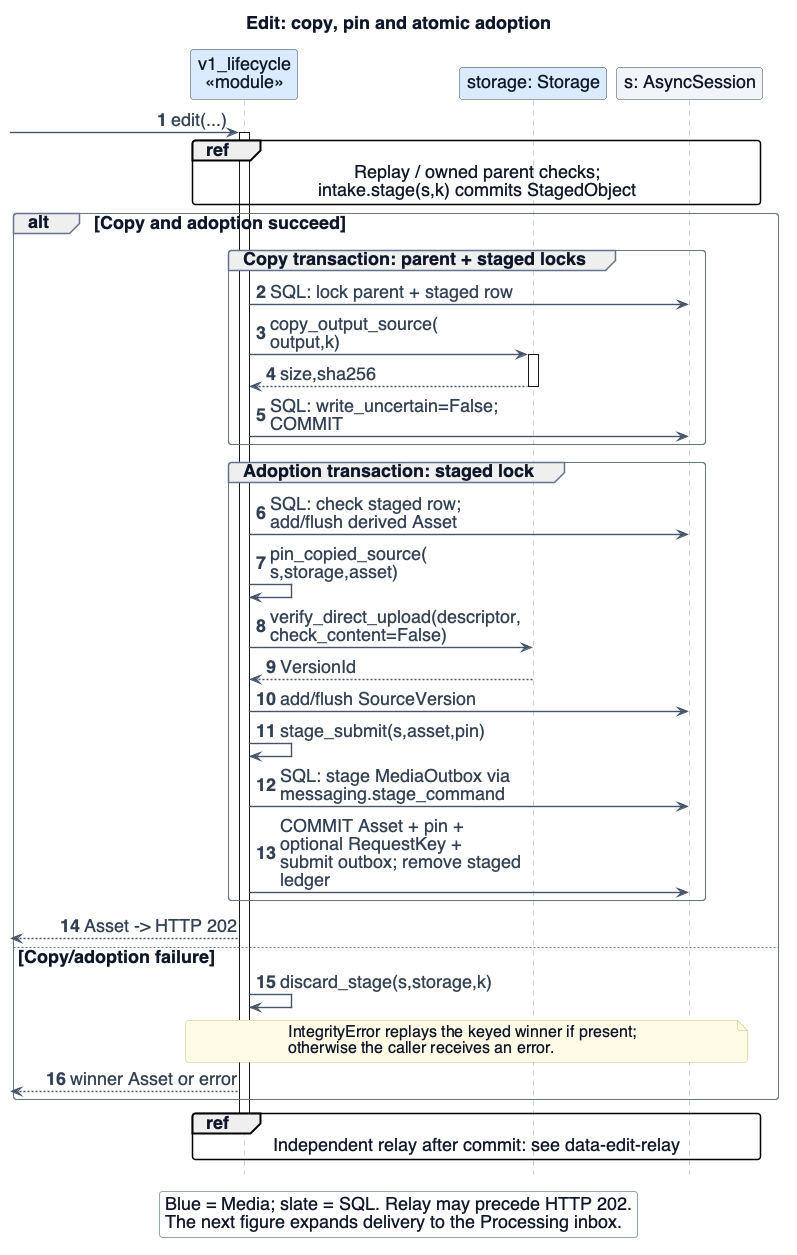
Earlier version of the PlantUML export project-documentation/final-report/figures/data-edit-sequence.png (Collaboration95/dc2). Source of this version:
```plantuml
@startuml
skinparam BackgroundColor white
!include _style.iuml
skinparam dpi 96
skinparam defaultFontSize 16
skinparam ArrowFontSize 15
skinparam ClassAttributeFontSize 15
skinparam NoteFontSize 15
skinparam LegendFontSize 14
skinparam BackgroundColor white
hide footbox
autonumber
skinparam sequenceMessageAlign left
skinparam maxMessageSize 400
skinparam sequenceMessageSpan true
skinparam sequence {
  MessageSpacing 2
  GroupBorderThickness 1
}
title Edit: copy, pin and atomic adoption
skinparam ArrowFontSize 18
skinparam LegendFontSize 18
skinparam NoteFontSize 18
skinparam defaultFontSize 18
skinparam NoteFontSize 16
skinparam LegendFontSize 18
skinparam maxMessageSize 245

participant "v1_lifecycle\n«module»" as E $MEDIA
participant "storage: Storage" as S $MEDIA
participant "s: AsyncSession" as DB $INFRA
[-> E : edit(...)
activate E
ref over E,DB : Replay / owned parent checks;\nintake.stage(s,k) commits StagedObject
alt Copy and adoption succeed
 group Copy transaction: parent + staged locks
 E -> DB : SQL: lock parent + staged row
 E -> S : copy_output_source(\noutput,k)
 activate S
 S --> E : size,sha256
 deactivate S
 E -> DB : SQL: write_uncertain=False; COMMIT
end
group Adoption transaction: staged lock
 E -> DB : SQL: check staged row; add/flush derived Asset
 E -> E : pin_copied_source(\ns,storage,asset)
 E -> S : verify_direct_upload(descriptor,\ncheck_content=False)
 S --> E : VersionId
 E -> DB : add/flush SourceVersion
 E -> E : stage_submit(s,asset,pin)
 E -> DB : SQL: stage MediaOutbox via messaging.stage_command
 E -> DB : COMMIT Asset + pin + optional RequestKey +\nsubmit outbox; remove staged ledger
end
[<-- E : Asset -> HTTP 202
else Copy/adoption failure
 E -> E : discard_stage(s,storage,k)
 note over E,DB : IntegrityError replays the keyed winner if present;\notherwise the caller receives an error.
 [<-- E : winner Asset or error
end
 deactivate E
ref over E,DB : Independent relay after commit: see data-edit-relay
legend bottom
Blue = Media; slate = SQL. Relay may precede HTTP 202.
The next figure expands delivery to the Processing inbox.
endlegend

skinparam BackgroundColor white
@enduml
```
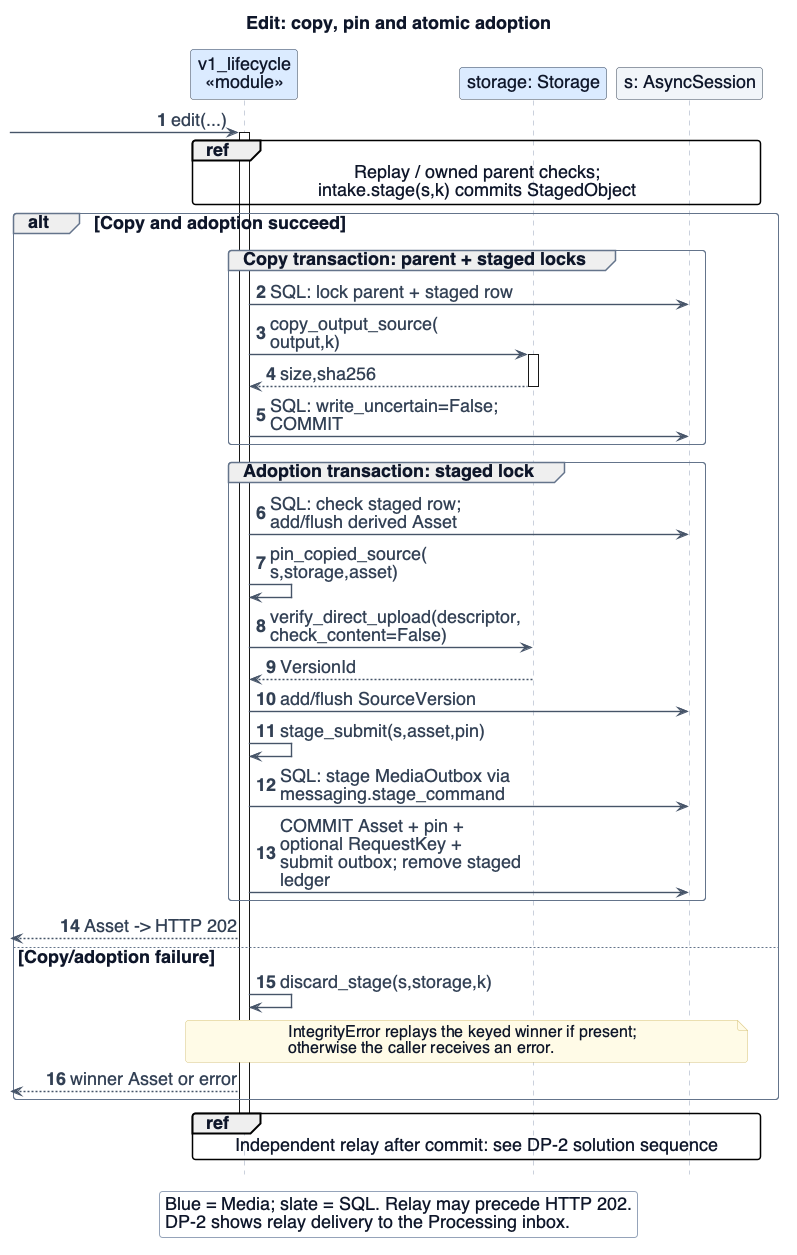
After the change.

Change to the diagram source:
```diff
@@ -58,10 +58,10 @@
  [<-- E : winner Asset or error
 end
  deactivate E
-ref over E,DB : Independent relay after commit: see data-edit-relay
+ref over E,DB : Independent relay after commit: see DP-2 solution sequence
 legend bottom
 Blue = Media; slate = SQL. Relay may precede HTTP 202.
-The next figure expands delivery to the Processing inbox.
+DP-2 shows relay delivery to the Processing inbox.
 endlegend
 
 skinparam BackgroundColor white
```
